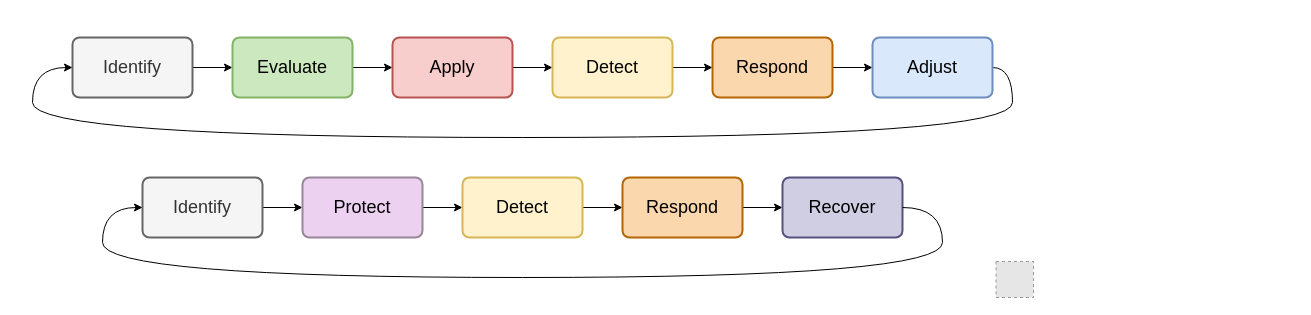
Above: page "Page-1" (1 of 2) of cybersecurity.drawio in qeeqbox/cybersecurity (draw.io), before the change. Source tidied: cells renumbered, new cells numbered last; positions are measured from the earlier drawing's top-left corner, leaving out a move shared by most shapes. Both pictures are drawn from the tidied source at 100%, with x=0, y=0 at pixel (17, 17). Pictures stored in the file or linked from it are replaced by grey dashed boxes.
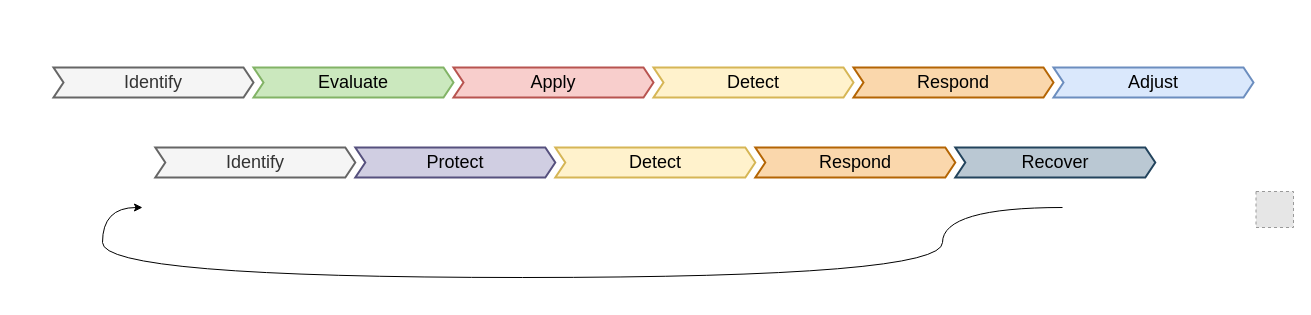
After the change.

Change to the diagram source:
```diff
@@
     <mxCell id="2" style="rounded=0;whiteSpace=wrap;html=1;fontSize=16;fillColor=#FFFFFF;strokeColor=none;" parent="1" vertex="1">
-      <mxGeometry x="-0.5" width="1016.5" height="280" as="geometry" />
+      <mxGeometry x="-0.5" width="1276.5" height="210" as="geometry" />
     </mxCell>
-    <mxCell id="3" style="edgeStyle=orthogonalEdgeStyle;rounded=0;jettySize=auto;html=1;exitX=1;exitY=0.5;exitDx=0;exitDy=0;fontSize=18;entryX=0;entryY=0.5;entryDx=0;entryDy=0;" parent="1" edge="1" source="4" target="6">
-      <mxGeometry relative="1" as="geometry" />
-    </mxCell>
-    <mxCell id="4" value="Identify" style="rounded=1;whiteSpace=wrap;html=1;absoluteArcSize=1;arcSize=14;strokeWidth=2;fillColor=#f5f5f5;strokeColor=#666666;fontSize=18;fontColor=#333333;" parent="1" vertex="1">
-      <mxGeometry x="125" y="160" width="120" height="60" as="geometry" />
-    </mxCell>
-    <mxCell id="5" style="edgeStyle=orthogonalEdgeStyle;rounded=0;jettySize=auto;html=1;exitX=1;exitY=0.5;exitDx=0;exitDy=0;entryX=0;entryY=0.5;entryDx=0;entryDy=0;fontSize=18;" parent="1" edge="1" source="6" target="8">
-      <mxGeometry relative="1" as="geometry" />
-    </mxCell>
-    <mxCell id="6" value="Protect" style="rounded=1;whiteSpace=wrap;html=1;absoluteArcSize=1;arcSize=14;strokeWidth=2;fillColor=#EDD1F0;strokeColor=#978599;fontSize=18;fontColor=#000000;" parent="1" vertex="1">
-      <mxGeometry x="285" y="160" width="120" height="60" as="geometry" />
-    </mxCell>
-    <mxCell id="7" style="edgeStyle=orthogonalEdgeStyle;rounded=0;jettySize=auto;html=1;exitX=1;exitY=0.5;exitDx=0;exitDy=0;entryX=0;entryY=0.5;entryDx=0;entryDy=0;fontSize=18;" parent="1" edge="1" source="8" target="10">
-      <mxGeometry relative="1" as="geometry" />
-    </mxCell>
-    <mxCell id="8" value="Detect" style="rounded=1;whiteSpace=wrap;html=1;absoluteArcSize=1;arcSize=14;strokeWidth=2;fillColor=#fff2cc;strokeColor=#d6b656;fontSize=18;" parent="1" vertex="1">
-      <mxGeometry x="445" y="160" width="120" height="60" as="geometry" />
-    </mxCell>
-    <mxCell id="9" style="edgeStyle=orthogonalEdgeStyle;rounded=0;jettySize=auto;html=1;exitX=1;exitY=0.5;exitDx=0;exitDy=0;entryX=0;entryY=0.5;entryDx=0;entryDy=0;fontSize=18;" parent="1" edge="1" source="10" target="11">
-      <mxGeometry relative="1" as="geometry" />
-    </mxCell>
-    <mxCell id="10" value="Respond" style="rounded=1;whiteSpace=wrap;html=1;absoluteArcSize=1;arcSize=14;strokeWidth=2;fillColor=#fad7ac;strokeColor=#b46504;fontSize=18;" parent="1" vertex="1">
-      <mxGeometry x="605" y="160" width="120" height="60" as="geometry" />
-    </mxCell>
-    <mxCell id="11" value="Recover" style="rounded=1;whiteSpace=wrap;html=1;absoluteArcSize=1;arcSize=14;strokeWidth=2;fillColor=#d0cee2;strokeColor=#56517e;fontSize=18;" parent="1" vertex="1">
-      <mxGeometry x="765" y="160" width="120" height="60" as="geometry" />
-    </mxCell>
-    <mxCell id="12" style="edgeStyle=orthogonalEdgeStyle;jettySize=auto;html=1;exitX=1;exitY=0.5;exitDx=0;exitDy=0;fontSize=18;entryX=0;entryY=0.5;entryDx=0;entryDy=0;curved=1;" parent="1" edge="1" source="11" target="4">
+    <mxCell id="12" style="edgeStyle=orthogonalEdgeStyle;orthogonalLoop=1;jettySize=auto;html=1;exitX=1;exitY=0.5;exitDx=0;exitDy=0;fontSize=18;entryX=0;entryY=0.5;entryDx=0;entryDy=0;curved=1;" parent="1" edge="1">
       <mxGeometry relative="1" as="geometry">
+        <mxPoint x="1045" y="190" as="sourcePoint" />
+        <mxPoint x="125" y="190" as="targetPoint" />
         <Array as="points">
           <mxPoint x="925" y="190" />
           <mxPoint x="925" y="260" />
           <mxPoint x="85" y="260" />
           <mxPoint x="85" y="190" />
         </Array>
       </mxGeometry>
     </mxCell>
     <mxCell id="13" style="fillColor=#E6E6E6;strokeColor=#999999;dashed=1;verticalLabelPosition=bottom;labelBackgroundColor=default;verticalAlign=top;" parent="1" vertex="1">
-      <mxGeometry x="978.5" y="244" width="37.5" height="36" as="geometry" />
+      <mxGeometry x="1238.5" y="174" width="37.5" height="36" as="geometry" />
     </mxCell>
-    <mxCell id="14" style="edgeStyle=orthogonalEdgeStyle;rounded=0;jettySize=auto;html=1;exitX=1;exitY=0.5;exitDx=0;exitDy=0;fontSize=18;entryX=0;entryY=0.5;entryDx=0;entryDy=0;" parent="1" edge="1" source="15" target="17">
-      <mxGeometry relative="1" as="geometry" />
-    </mxCell>
-    <mxCell id="15" value="Identify" style="rounded=1;whiteSpace=wrap;html=1;absoluteArcSize=1;arcSize=14;strokeWidth=2;fillColor=#f5f5f5;strokeColor=#666666;fontColor=#333333;fontSize=18;" parent="1" vertex="1">
-      <mxGeometry x="55" y="20" width="120" height="60" as="geometry" />
-    </mxCell>
-    <mxCell id="16" style="edgeStyle=orthogonalEdgeStyle;rounded=0;jettySize=auto;html=1;exitX=1;exitY=0.5;exitDx=0;exitDy=0;entryX=0;entryY=0.5;entryDx=0;entryDy=0;fontSize=18;" parent="1" edge="1" source="17" target="19">
-      <mxGeometry relative="1" as="geometry" />
-    </mxCell>
+    <mxCell id="26" value="&lt;span style=&quot;&quot;&gt;Identify&lt;/span&gt;" style="shape=step;perimeter=stepPerimeter;whiteSpace=wrap;html=1;fixedSize=1;size=10;fillColor=#f5f5f5;strokeColor=#666666;fontSize=18;fontColor=#333333;fontStyle=0;align=center;rounded=0;arcSize=14;strokeWidth=2;" parent="1" vertex="1">
+      <mxGeometry x="36" y="50" width="200" height="30" as="geometry" />
+    </mxCell>
-    <mxCell id="17" value="Evaluate" style="rounded=1;whiteSpace=wrap;html=1;absoluteArcSize=1;arcSize=14;strokeWidth=2;fillColor=#CBE8BE;strokeColor=#82b366;fontSize=18;" parent="1" vertex="1">
-      <mxGeometry x="215" y="20" width="120" height="60" as="geometry" />
+    <mxCell id="17" value="&lt;span style=&quot;&quot;&gt;Evaluate&lt;/span&gt;" style="shape=step;perimeter=stepPerimeter;whiteSpace=wrap;html=1;fixedSize=1;size=10;fillColor=#CBE8BE;strokeColor=#82b366;fontSize=18;fontColor=default;fontStyle=0;align=center;rounded=0;arcSize=14;strokeWidth=2;" parent="1" vertex="1">
+      <mxGeometry x="236" y="50" width="200" height="30" as="geometry" />
     </mxCell>
-    <mxCell id="18" style="edgeStyle=orthogonalEdgeStyle;rounded=0;jettySize=auto;html=1;exitX=1;exitY=0.5;exitDx=0;exitDy=0;entryX=0;entryY=0.5;entryDx=0;entryDy=0;fontSize=18;" parent="1" edge="1" source="19" target="21">
-      <mxGeometry relative="1" as="geometry" />
-    </mxCell>
-    <mxCell id="19" value="Apply" style="rounded=1;whiteSpace=wrap;html=1;absoluteArcSize=1;arcSize=14;strokeWidth=2;fillColor=#f8cecc;strokeColor=#b85450;fontSize=18;" parent="1" vertex="1">
-      <mxGeometry x="375" y="20" width="120" height="60" as="geometry" />
+    <mxCell id="19" value="&lt;span style=&quot;&quot;&gt;Apply&lt;/span&gt;" style="shape=step;perimeter=stepPerimeter;whiteSpace=wrap;html=1;fixedSize=1;size=10;fillColor=#f8cecc;strokeColor=#b85450;fontSize=18;fontColor=default;fontStyle=0;align=center;rounded=0;arcSize=14;strokeWidth=2;" parent="1" vertex="1">
+      <mxGeometry x="436" y="50" width="200" height="30" as="geometry" />
     </mxCell>
-    <mxCell id="20" style="edgeStyle=orthogonalEdgeStyle;rounded=0;jettySize=auto;html=1;exitX=1;exitY=0.5;exitDx=0;exitDy=0;entryX=0;entryY=0.5;entryDx=0;entryDy=0;fontSize=18;" parent="1" edge="1" source="21" target="23">
-      <mxGeometry relative="1" as="geometry" />
-    </mxCell>
-    <mxCell id="21" value="Detect" style="rounded=1;whiteSpace=wrap;html=1;absoluteArcSize=1;arcSize=14;strokeWidth=2;fillColor=#fff2cc;strokeColor=#d6b656;fontSize=18;" parent="1" vertex="1">
-      <mxGeometry x="535" y="20" width="120" height="60" as="geometry" />
-    </mxCell>
-    <mxCell id="22" style="edgeStyle=orthogonalEdgeStyle;rounded=0;jettySize=auto;html=1;exitX=1;exitY=0.5;exitDx=0;exitDy=0;entryX=0;entryY=0.5;entryDx=0;entryDy=0;fontSize=18;" parent="1" edge="1" source="23" target="25">
-      <mxGeometry relative="1" as="geometry" />
-    </mxCell>
-    <mxCell id="23" value="Respond" style="rounded=1;whiteSpace=wrap;html=1;absoluteArcSize=1;arcSize=14;strokeWidth=2;fillColor=#fad7ac;strokeColor=#b46504;fontSize=18;" parent="1" vertex="1">
-      <mxGeometry x="695" y="20" width="120" height="60" as="geometry" />
-    </mxCell>
-    <mxCell id="24" style="edgeStyle=orthogonalEdgeStyle;jettySize=auto;html=1;exitX=1;exitY=0.5;exitDx=0;exitDy=0;fontSize=18;entryX=0;entryY=0.5;entryDx=0;entryDy=0;curved=1;" parent="1" edge="1" source="25" target="15">
-      <mxGeometry relative="1" as="geometry">
-        <Array as="points">
-          <mxPoint x="995" y="50" />
-          <mxPoint x="995" y="120" />
-          <mxPoint x="15" y="120" />
-          <mxPoint x="15" y="50" />
-        </Array>
-      </mxGeometry>
-    </mxCell>
+    <mxCell id="27" value="&lt;span style=&quot;&quot;&gt;Detect&lt;/span&gt;" style="shape=step;perimeter=stepPerimeter;whiteSpace=wrap;html=1;fixedSize=1;size=10;fillColor=#fff2cc;strokeColor=#d6b656;fontSize=18;fontColor=default;fontStyle=0;align=center;rounded=0;arcSize=14;strokeWidth=2;" parent="1" vertex="1">
+      <mxGeometry x="636" y="50" width="200" height="30" as="geometry" />
+    </mxCell>
+    <mxCell id="28" value="&lt;span style=&quot;&quot;&gt;Respond&lt;/span&gt;" style="shape=step;perimeter=stepPerimeter;whiteSpace=wrap;html=1;fixedSize=1;size=10;fillColor=#fad7ac;strokeColor=#b46504;fontSize=18;fontColor=default;fontStyle=0;align=center;rounded=0;arcSize=14;strokeWidth=2;" parent="1" vertex="1">
+      <mxGeometry x="836" y="50" width="200" height="30" as="geometry" />
+    </mxCell>
-    <mxCell id="25" value="Adjust" style="rounded=1;whiteSpace=wrap;html=1;absoluteArcSize=1;arcSize=14;strokeWidth=2;fillColor=#dae8fc;strokeColor=#6c8ebf;fontSize=18;" parent="1" vertex="1">
-      <mxGeometry x="855" y="20" width="120" height="60" as="geometry" />
+    <mxCell id="25" value="&lt;span style=&quot;&quot;&gt;Adjust&lt;/span&gt;" style="shape=step;perimeter=stepPerimeter;whiteSpace=wrap;html=1;fixedSize=1;size=10;fillColor=#dae8fc;strokeColor=#6c8ebf;fontSize=18;fontColor=default;fontStyle=0;align=center;rounded=0;arcSize=14;strokeWidth=2;" parent="1" vertex="1">
+      <mxGeometry x="1036" y="50" width="200" height="30" as="geometry" />
     </mxCell>
+    <mxCell id="29" value="Identify" style="shape=step;perimeter=stepPerimeter;whiteSpace=wrap;html=1;fixedSize=1;size=10;fillColor=#f5f5f5;strokeColor=#666666;fontSize=18;fontColor=#333333;fontStyle=0;align=center;rounded=0;arcSize=14;strokeWidth=2;" parent="1" vertex="1">
+      <mxGeometry x="137.8" y="130" width="200" height="30" as="geometry" />
+    </mxCell>
+    <mxCell id="6" value="Protect" style="shape=step;perimeter=stepPerimeter;whiteSpace=wrap;html=1;fixedSize=1;size=10;fillColor=#d0cee2;strokeColor=#56517e;fontSize=18;fontColor=default;fontStyle=0;align=center;rounded=0;arcSize=14;strokeWidth=2;" parent="1" vertex="1">
+      <mxGeometry x="337.8" y="130" width="200" height="30" as="geometry" />
+    </mxCell>
+    <mxCell id="30" value="Detect" style="shape=step;perimeter=stepPerimeter;whiteSpace=wrap;html=1;fixedSize=1;size=10;fillColor=#fff2cc;strokeColor=#d6b656;fontSize=18;fontColor=default;fontStyle=0;align=center;rounded=0;arcSize=14;strokeWidth=2;" parent="1" vertex="1">
+      <mxGeometry x="537.8" y="130" width="200" height="30" as="geometry" />
+    </mxCell>
+    <mxCell id="31" value="&lt;span style=&quot;&quot;&gt;Respond&lt;/span&gt;" style="shape=step;perimeter=stepPerimeter;whiteSpace=wrap;html=1;fixedSize=1;size=10;fillColor=#fad7ac;strokeColor=#b46504;fontSize=18;fontColor=default;fontStyle=0;align=center;rounded=0;arcSize=14;strokeWidth=2;" parent="1" vertex="1">
+      <mxGeometry x="737.8" y="130" width="200" height="30" as="geometry" />
+    </mxCell>
+    <mxCell id="11" value="Recover" style="shape=step;perimeter=stepPerimeter;whiteSpace=wrap;html=1;fixedSize=1;size=10;fillColor=#bac8d3;strokeColor=#23445d;fontSize=18;fontStyle=0;align=center;rounded=0;arcSize=14;strokeWidth=2;" parent="1" vertex="1">
+      <mxGeometry x="937.8" y="130" width="200" height="30" as="geometry" />
+    </mxCell>
```
